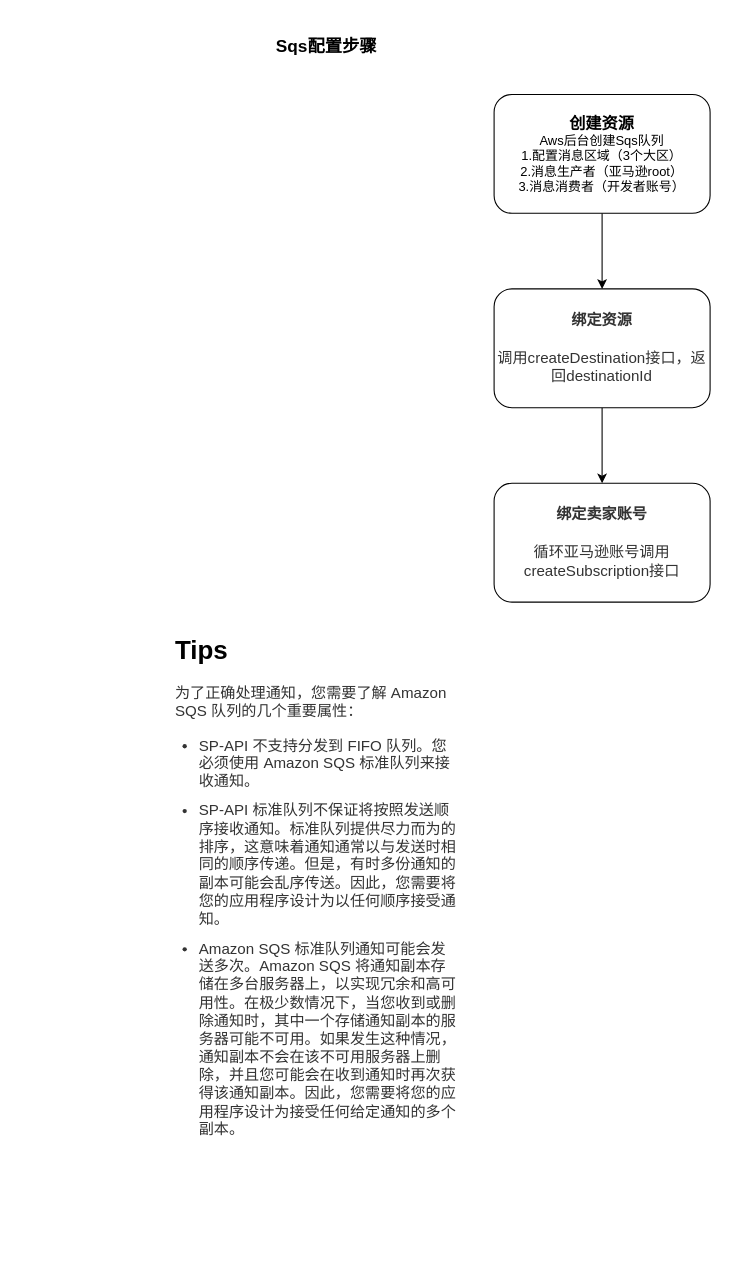
The draw.io diagram 未命名绘图.drawio in stackWang/tools, before the edit. Source tidied: cells renumbered, new cells numbered last; positions are measured from the earlier drawing's top-left corner, leaving out a move shared by most shapes. Both pictures are drawn from the tidied source at 108%, with x=0, y=0 at pixel (170, 18).
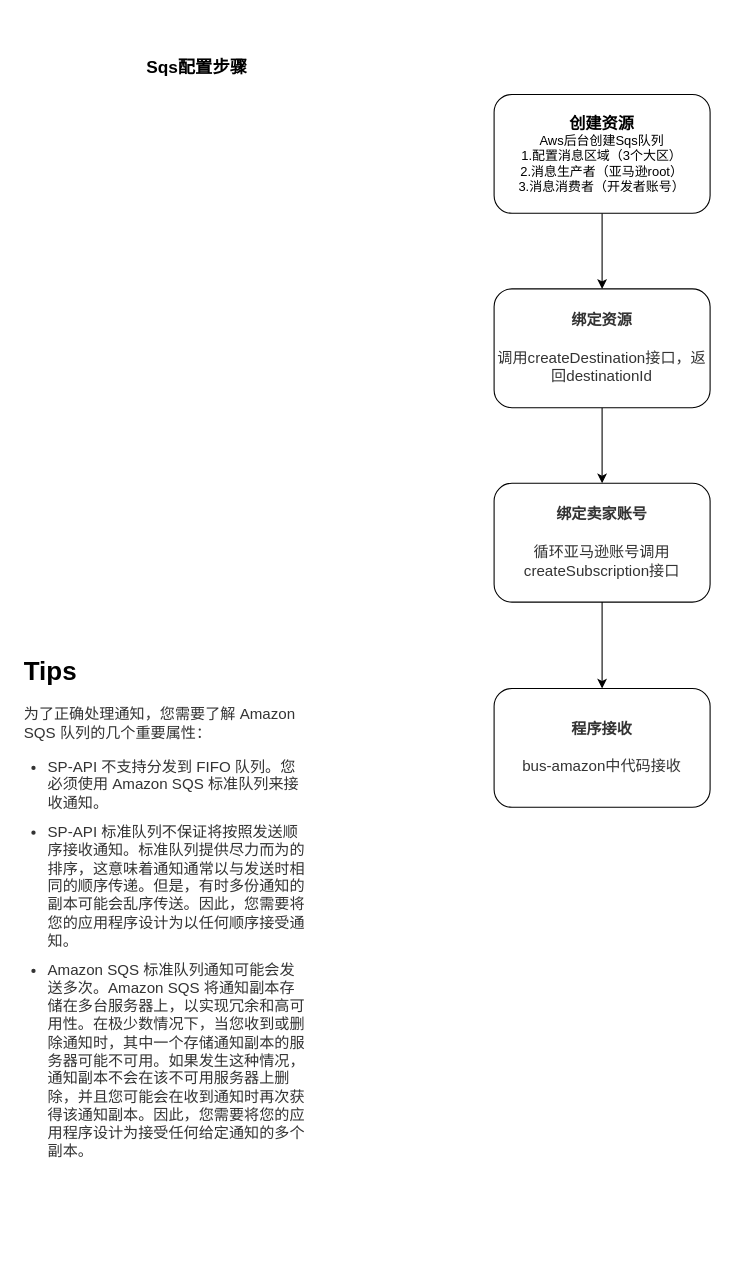
The same page after the edit.

What changed in the source:
```diff
@@
 <mxGraphModel>
   <root>
     <mxCell id="0" />
     <mxCell id="1" parent="0" />
     <mxCell id="2" style="edgeStyle=orthogonalEdgeStyle;rounded=0;jettySize=auto;html=1;" parent="1" edge="1" source="3" target="5">
       <mxGeometry relative="1" as="geometry" />
     </mxCell>
     <mxCell id="3" value="&lt;b&gt;&lt;font style=&quot;font-size: 15px;&quot;&gt;创建&lt;/font&gt;&lt;/b&gt;&lt;b&gt;&lt;font style=&quot;font-size: 15px;&quot;&gt;资源&lt;/font&gt;&lt;/b&gt;&lt;br&gt;Aws后台创建Sqs队列&lt;br&gt;1.配置消息区域（3个大区）&lt;br&gt;2.消息生产者（亚马逊root）&lt;br&gt;3.消息消费者（开发者账号）" style="rounded=1;whiteSpace=wrap;html=1;" parent="1" vertex="1">
       <mxGeometry x="300" y="70" width="200" height="110" as="geometry" />
     </mxCell>
     <mxCell id="4" style="edgeStyle=orthogonalEdgeStyle;rounded=0;jettySize=auto;html=1;" parent="1" edge="1" source="5" target="6">
       <mxGeometry relative="1" as="geometry" />
     </mxCell>
     <mxCell id="5" value="&lt;h4 style=&quot;border-color: var(--border-color); box-sizing: border-box; color: rgb(51, 51, 51); font-family: Helvetica, Arial, &amp;quot;Microsoft Yahei&amp;quot;, 微软雅黑, STXihei, 华文细黑, sans-serif; font-size: 14px;&quot;&gt;绑定资源&lt;/h4&gt;&lt;h4 style=&quot;border-color: var(--border-color); box-sizing: border-box; color: rgb(51, 51, 51); font-family: Helvetica, Arial, &amp;quot;Microsoft Yahei&amp;quot;, 微软雅黑, STXihei, 华文细黑, sans-serif; font-size: 14px;&quot;&gt;&lt;span style=&quot;font-weight: normal;&quot;&gt;调用createDestination接口，返回destinationId&lt;/span&gt;&lt;/h4&gt;" style="rounded=1;whiteSpace=wrap;html=1;" parent="1" vertex="1">
       <mxGeometry x="300" y="250" width="200" height="110" as="geometry" />
     </mxCell>
+    <mxCell id="9" style="edgeStyle=orthogonalEdgeStyle;rounded=0;jettySize=auto;html=1;" parent="1" edge="1" source="6" target="10">
+      <mxGeometry relative="1" as="geometry" />
+    </mxCell>
     <mxCell id="6" value="&lt;h4 style=&quot;border-color: var(--border-color); box-sizing: border-box; color: rgb(51, 51, 51); font-family: Helvetica, Arial, &amp;quot;Microsoft Yahei&amp;quot;, 微软雅黑, STXihei, 华文细黑, sans-serif; font-size: 14px;&quot;&gt;绑定卖家账号&lt;/h4&gt;&lt;h4 style=&quot;border-color: var(--border-color); box-sizing: border-box; color: rgb(51, 51, 51); font-family: Helvetica, Arial, &amp;quot;Microsoft Yahei&amp;quot;, 微软雅黑, STXihei, 华文细黑, sans-serif; font-size: 14px;&quot;&gt;&lt;span style=&quot;font-weight: normal;&quot;&gt;循环亚马逊账号调用createSubscription接口&lt;/span&gt;&lt;/h4&gt;" style="rounded=1;whiteSpace=wrap;html=1;" parent="1" vertex="1">
       <mxGeometry x="300" y="430" width="200" height="110" as="geometry" />
     </mxCell>
     <mxCell id="7" value="&lt;h1&gt;Tips&lt;/h1&gt;&lt;p style=&quot;box-sizing: border-box; margin-top: 15px; margin-bottom: 15px; color: rgb(51, 51, 51); font-family: Helvetica, Arial, &amp;quot;Microsoft Yahei&amp;quot;, 微软雅黑, STXihei, 华文细黑, sans-serif; font-size: 14px;&quot;&gt;为了正确处理通知，您需要了解 Amazon SQS 队列的几个重要属性：&lt;/p&gt;&lt;ul style=&quot;box-sizing: border-box; margin: 0px 0px 0px 2px; padding: 0px 0px 0px 20px; list-style-position: initial; list-style-image: initial; color: rgb(51, 51, 51); font-family: Helvetica, Arial, &amp;quot;Microsoft Yahei&amp;quot;, 微软雅黑, STXihei, 华文细黑, sans-serif; font-size: 14px;&quot;&gt;&lt;li style=&quot;box-sizing: border-box; margin-bottom: 10px;&quot;&gt;SP-API 不支持分发到 FIFO 队列。您必须使用 Amazon SQS 标准队列来接收通知。&lt;/li&gt;&lt;li style=&quot;box-sizing: border-box; margin-bottom: 10px;&quot;&gt;SP-API 标准队列不保证将按照发送顺序接收通知。标准队列提供尽力而为的排序，这意味着通知通常以与发送时相同的顺序传递。但是，有时多份通知的副本可能会乱序传送。因此，您需要将您的应用程序设计为以任何顺序接受通知。&lt;/li&gt;&lt;li style=&quot;box-sizing: border-box; margin-bottom: 0px;&quot;&gt;Amazon SQS 标准队列通知可能会发送多次。Amazon SQS 将通知副本存储在多台服务器上，以实现冗余和高可用性。在极少数情况下，当您收到或删除通知时，其中一个存储通知副本的服务器可能不可用。如果发生这种情况，通知副本不会在该不可用服务器上删除，并且您可能会在收到通知时再次获得该通知副本。因此，您需要将您的应用程序设计为接受任何给定通知的多个副本。&lt;/li&gt;&lt;/ul&gt;" style="text;html=1;strokeColor=none;fillColor=none;spacing=5;spacingTop=-20;whiteSpace=wrap;overflow=hidden;rounded=0;" parent="1" vertex="1">
-      <mxGeometry y="565" width="270" height="560" as="geometry" />
+      <mxGeometry x="-140" y="585" width="270" height="560" as="geometry" />
     </mxCell>
     <mxCell id="8" value="&lt;b&gt;&lt;font style=&quot;font-size: 16px;&quot;&gt;Sqs配置步骤&lt;/font&gt;&lt;/b&gt;" style="text;html=1;strokeColor=none;fillColor=none;align=center;verticalAlign=middle;whiteSpace=wrap;rounded=0;" parent="1" vertex="1">
-      <mxGeometry x="10" width="270" height="50" as="geometry" />
+      <mxGeometry x="-110" y="20" width="270" height="50" as="geometry" />
     </mxCell>
+    <mxCell id="10" value="&lt;h4 style=&quot;border-color: var(--border-color); box-sizing: border-box; color: rgb(51, 51, 51); font-family: Helvetica, Arial, &amp;quot;Microsoft Yahei&amp;quot;, 微软雅黑, STXihei, 华文细黑, sans-serif; font-size: 14px;&quot;&gt;程序接收&lt;br&gt;&lt;br&gt;&lt;span style=&quot;font-weight: normal;&quot;&gt;bus-amazon中代码接收&lt;/span&gt;&lt;/h4&gt;" style="rounded=1;whiteSpace=wrap;html=1;" parent="1" vertex="1">
+      <mxGeometry x="300" y="620" width="200" height="110" as="geometry" />
+    </mxCell>
   </root>
 </mxGraphModel>
```
